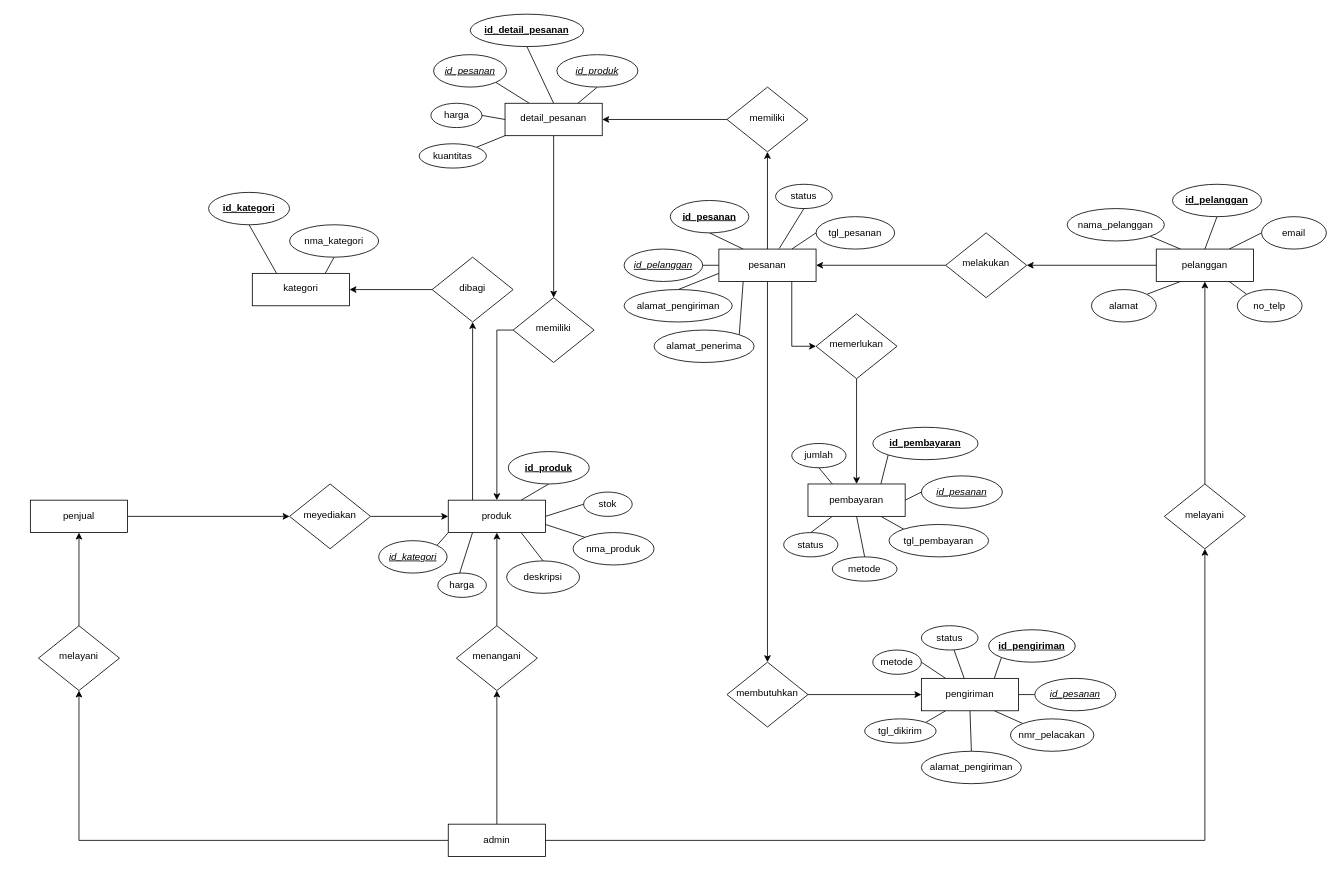
This is penjualan_erd.drawio from vinnnna/sistem-basis-data, a draw.io file, before an edit. Source tidied: cells renumbered, new cells numbered last; positions are measured from the earlier drawing's top-left corner, leaving out a move shared by most shapes. Both pictures are drawn from the tidied source at 81%, with x=0, y=0 at pixel (30, 14).
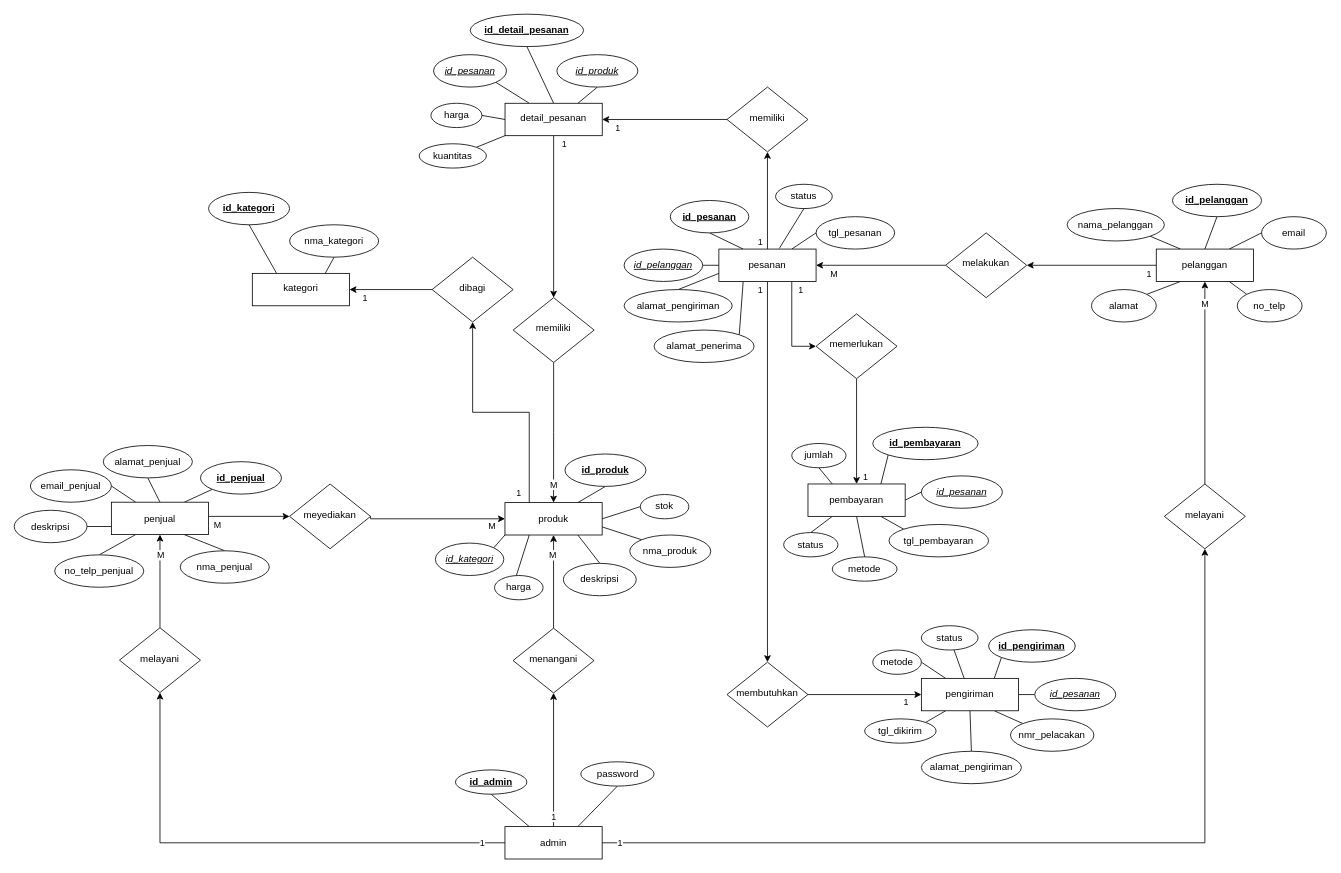
The same page after the edit.

The change refers to these unchanged cells:
```xml
<mxCell id="2" style="edgeStyle=orthogonalEdgeStyle;rounded=0;jettySize=auto;html=1;exitX=0.5;exitY=0;exitDx=0;exitDy=0;entryX=0.5;entryY=1;entryDx=0;entryDy=0;" parent="1" edge="1" source="5" target="48">
  <mxGeometry relative="1" as="geometry" />
</mxCell>
<mxCell id="3" style="edgeStyle=orthogonalEdgeStyle;rounded=0;jettySize=auto;html=1;entryX=0.5;entryY=1;entryDx=0;entryDy=0;exitX=0;exitY=0.5;exitDx=0;exitDy=0;" parent="1" edge="1" source="5" target="51">
  <mxGeometry relative="1" as="geometry" />
</mxCell>
<mxCell id="4" style="edgeStyle=orthogonalEdgeStyle;rounded=0;jettySize=auto;html=1;exitX=0.5;exitY=0;exitDx=0;exitDy=0;entryX=0.5;entryY=1;entryDx=0;entryDy=0;" parent="1" edge="1" source="53" target="41">
  <mxGeometry relative="1" as="geometry" />
</mxCell>
<mxCell id="6" style="edgeStyle=orthogonalEdgeStyle;rounded=0;jettySize=auto;html=1;exitX=0.25;exitY=0;exitDx=0;exitDy=0;entryX=0.5;entryY=1;entryDx=0;entryDy=0;" parent="1" edge="1" source="13" target="66">
  <mxGeometry relative="1" as="geometry" />
</mxCell>
<mxCell id="14" style="edgeStyle=orthogonalEdgeStyle;rounded=0;jettySize=auto;html=1;exitX=0;exitY=0.5;exitDx=0;exitDy=0;entryX=1;entryY=0.5;entryDx=0;entryDy=0;" parent="1" edge="1" source="15" target="25">
  <mxGeometry relative="1" as="geometry" />
</mxCell>
<mxCell id="16" style="edgeStyle=orthogonalEdgeStyle;rounded=0;jettySize=auto;html=1;exitX=0.75;exitY=1;exitDx=0;exitDy=0;entryX=0;entryY=0.5;entryDx=0;entryDy=0;" parent="1" edge="1" source="25" target="45">
  <mxGeometry relative="1" as="geometry" />
</mxCell>
<mxCell id="17" style="edgeStyle=orthogonalEdgeStyle;rounded=0;jettySize=auto;html=1;exitX=0.5;exitY=1;exitDx=0;exitDy=0;entryX=0.5;entryY=0;entryDx=0;entryDy=0;" parent="1" edge="1" source="61" target="43">
  <mxGeometry relative="1" as="geometry" />
</mxCell>
<mxCell id="18" style="edgeStyle=orthogonalEdgeStyle;rounded=0;jettySize=auto;html=1;exitX=0.5;exitY=0;exitDx=0;exitDy=0;entryX=0.5;entryY=1;entryDx=0;entryDy=0;" parent="1" edge="1" source="25" target="55">
  <mxGeometry relative="1" as="geometry" />
</mxCell>
<mxCell id="19" style="edgeStyle=orthogonalEdgeStyle;rounded=0;jettySize=auto;html=1;exitX=0.5;exitY=1;exitDx=0;exitDy=0;entryX=0.5;entryY=0;entryDx=0;entryDy=0;" parent="1" edge="1" source="25" target="68">
  <mxGeometry relative="1" as="geometry" />
</mxCell>
<mxCell id="33" style="edgeStyle=orthogonalEdgeStyle;rounded=0;jettySize=auto;html=1;entryX=0;entryY=0.5;entryDx=0;entryDy=0;" parent="1" edge="1" source="34" target="47">
  <mxGeometry relative="1" as="geometry">
    <Array as="points">
      <mxPoint x="320" y="620" />
    </Array>
  </mxGeometry>
</mxCell>
<mxCell id="35" style="edgeStyle=orthogonalEdgeStyle;rounded=0;jettySize=auto;html=1;exitX=0;exitY=0.5;exitDx=0;exitDy=0;entryX=1;entryY=0.5;entryDx=0;entryDy=0;" parent="1" edge="1" source="41" target="15">
  <mxGeometry relative="1" as="geometry" />
</mxCell>
<mxCell id="43" value="memiliki" style="rhombus;whiteSpace=wrap;html=1;shadow=0;fontFamily=Helvetica;fontSize=12;align=center;strokeWidth=1;spacing=6;spacingTop=-4;" parent="1" vertex="1">
  <mxGeometry x="596" y="350" width="100" height="80" as="geometry" />
</mxCell>
<mxCell id="44" style="edgeStyle=orthogonalEdgeStyle;rounded=0;jettySize=auto;html=1;" parent="1" edge="1" source="45" target="32">
  <mxGeometry relative="1" as="geometry" />
</mxCell>
<mxCell id="47" value="meyediakan" style="rhombus;whiteSpace=wrap;html=1;shadow=0;fontFamily=Helvetica;fontSize=12;align=center;strokeWidth=1;spacing=6;spacingTop=-4;" parent="1" vertex="1">
  <mxGeometry x="320" y="580" width="100" height="80" as="geometry" />
</mxCell>
<mxCell id="49" style="edgeStyle=orthogonalEdgeStyle;rounded=0;jettySize=auto;html=1;exitX=0.5;exitY=0;exitDx=0;exitDy=0;entryX=0.5;entryY=1;entryDx=0;entryDy=0;" parent="1" edge="1" source="48" target="13">
  <mxGeometry relative="1" as="geometry" />
</mxCell>
<mxCell id="50" style="edgeStyle=orthogonalEdgeStyle;rounded=0;jettySize=auto;html=1;exitX=0.5;exitY=0;exitDx=0;exitDy=0;entryX=0.5;entryY=1;entryDx=0;entryDy=0;" parent="1" edge="1" source="51" target="34">
  <mxGeometry relative="1" as="geometry" />
</mxCell>
<mxCell id="53" value="melayani" style="rhombus;whiteSpace=wrap;html=1;shadow=0;fontFamily=Helvetica;fontSize=12;align=center;strokeWidth=1;spacing=6;spacingTop=-4;" parent="1" vertex="1">
  <mxGeometry x="1400" y="580" width="100" height="80" as="geometry" />
</mxCell>
<mxCell id="54" style="edgeStyle=orthogonalEdgeStyle;rounded=0;jettySize=auto;html=1;entryX=1;entryY=0.5;entryDx=0;entryDy=0;exitX=0;exitY=0.5;exitDx=0;exitDy=0;" parent="1" edge="1" source="55" target="61">
  <mxGeometry relative="1" as="geometry" />
</mxCell>
<mxCell id="65" style="edgeStyle=orthogonalEdgeStyle;rounded=0;jettySize=auto;html=1;entryX=1;entryY=0.5;entryDx=0;entryDy=0;exitX=0;exitY=0.5;exitDx=0;exitDy=0;" parent="1" edge="1" source="66" target="64">
  <mxGeometry relative="1" as="geometry" />
</mxCell>
<mxCell id="67" style="edgeStyle=orthogonalEdgeStyle;rounded=0;jettySize=auto;html=1;exitX=1;exitY=0.5;exitDx=0;exitDy=0;entryX=0;entryY=0.5;entryDx=0;entryDy=0;" parent="1" edge="1" source="68" target="76">
  <mxGeometry relative="1" as="geometry" />
</mxCell>
```

What changed in the source:
```diff
@@
+    <mxCell id="115" value="1" style="edgeLabel;html=1;align=center;verticalAlign=middle;" parent="2" vertex="1">
+      <mxGeometry x="-0.84" relative="1" as="geometry" />
+    </mxCell>
@@
+    <mxCell id="116" value="1" style="edgeLabel;html=1;align=center;verticalAlign=middle;" parent="3" vertex="1">
+      <mxGeometry x="-0.91" relative="1" as="geometry" />
+    </mxCell>
@@
+    <mxCell id="117" value="M" style="edgeLabel;html=1;align=center;verticalAlign=middle;" parent="4" vertex="1">
+      <mxGeometry x="0.78" y="1" relative="1" as="geometry" />
+    </mxCell>
+    <mxCell id="118" style="rounded=0;jettySize=auto;html=1;exitX=0.75;exitY=0;exitDx=0;exitDy=0;entryX=0.5;entryY=1;entryDx=0;entryDy=0;endArrow=none;endFill=0;" parent="1" edge="1" source="5" target="144">
+      <mxGeometry relative="1" as="geometry" />
+    </mxCell>
+    <mxCell id="119" style="rounded=0;jettySize=auto;html=1;exitX=0.25;exitY=0;exitDx=0;exitDy=0;entryX=0.5;entryY=1;entryDx=0;entryDy=0;endArrow=none;endFill=0;" parent="1" edge="1" source="5" target="143">
+      <mxGeometry relative="1" as="geometry" />
+    </mxCell>
     <mxCell id="5" value="admin" style="rounded=1;whiteSpace=wrap;html=1;fontSize=12;glass=0;strokeWidth=1;shadow=0;arcSize=0;" parent="1" vertex="1">
-      <mxGeometry x="515.9" y="1000" width="120" height="40" as="geometry" />
+      <mxGeometry x="585.9" y="1003" width="120" height="40" as="geometry" />
     </mxCell>
@@
+    <mxCell id="120" value="1" style="edgeLabel;html=1;align=center;verticalAlign=middle;" parent="6" vertex="1">
+      <mxGeometry x="-0.92" y="-1" relative="1" as="geometry">
+        <mxPoint x="-14" y="-1" as="offset" />
+      </mxGeometry>
+    </mxCell>
@@
     <mxCell id="10" style="rounded=0;jettySize=auto;html=1;exitX=0.25;exitY=1;exitDx=0;exitDy=0;endArrow=none;endFill=0;" parent="1" edge="1" source="13">
       <mxGeometry relative="1" as="geometry">
-        <mxPoint x="530" y="690" as="targetPoint" />
+        <mxPoint x="600" y="693" as="targetPoint" />
       </mxGeometry>
     </mxCell>
@@
     <mxCell id="13" value="produk" style="rounded=1;whiteSpace=wrap;html=1;fontSize=12;glass=0;strokeWidth=1;shadow=0;arcSize=0;" parent="1" vertex="1">
-      <mxGeometry x="515.9" y="600" width="120" height="40" as="geometry" />
+      <mxGeometry x="585.9" y="603" width="120" height="40" as="geometry" />
     </mxCell>
@@
+    <mxCell id="121" value="M" style="edgeLabel;html=1;align=center;verticalAlign=middle;" parent="14" vertex="1">
+      <mxGeometry x="0.7" y="1" relative="1" as="geometry">
+        <mxPoint x="-3" y="9" as="offset" />
+      </mxGeometry>
+    </mxCell>
@@
+    <mxCell id="122" value="1" style="edgeLabel;html=1;align=center;verticalAlign=middle;" parent="16" vertex="1">
+      <mxGeometry x="-0.85" y="1" relative="1" as="geometry">
+        <mxPoint x="9" y="2" as="offset" />
+      </mxGeometry>
+    </mxCell>
@@
+    <mxCell id="123" value="1" style="edgeLabel;html=1;align=center;verticalAlign=middle;" parent="17" vertex="1">
+      <mxGeometry x="-0.9" relative="1" as="geometry">
+        <mxPoint x="12" as="offset" />
+      </mxGeometry>
+    </mxCell>
@@
+    <mxCell id="124" value="1" style="edgeLabel;html=1;align=center;verticalAlign=middle;" parent="18" vertex="1">
+      <mxGeometry x="-0.86" relative="1" as="geometry">
+        <mxPoint x="-10" y="-2" as="offset" />
+      </mxGeometry>
+    </mxCell>
@@
+    <mxCell id="125" value="1" style="edgeLabel;html=1;align=center;verticalAlign=middle;" parent="19" vertex="1">
+      <mxGeometry x="-0.94" relative="1" as="geometry">
+        <mxPoint x="-10" y="-4" as="offset" />
+      </mxGeometry>
+    </mxCell>
@@
+    <mxCell id="126" value="M" style="edgeLabel;html=1;align=center;verticalAlign=middle;" parent="33" vertex="1">
+      <mxGeometry x="-0.71" relative="1" as="geometry">
+        <mxPoint x="-5" y="10" as="offset" />
+      </mxGeometry>
+    </mxCell>
+    <mxCell id="127" style="rounded=0;jettySize=auto;html=1;exitX=0;exitY=0.75;exitDx=0;exitDy=0;entryX=1;entryY=0.5;entryDx=0;entryDy=0;endArrow=none;endFill=0;" parent="1" edge="1" source="34" target="150">
+      <mxGeometry relative="1" as="geometry" />
+    </mxCell>
+    <mxCell id="128" style="rounded=0;jettySize=auto;html=1;exitX=0.25;exitY=1;exitDx=0;exitDy=0;entryX=0.5;entryY=0;entryDx=0;entryDy=0;endArrow=none;endFill=0;" parent="1" edge="1" source="34" target="148">
+      <mxGeometry relative="1" as="geometry" />
+    </mxCell>
+    <mxCell id="129" style="rounded=0;jettySize=auto;html=1;exitX=0.75;exitY=1;exitDx=0;exitDy=0;entryX=0.5;entryY=0;entryDx=0;entryDy=0;endArrow=none;endFill=0;" parent="1" edge="1" source="34" target="145">
+      <mxGeometry relative="1" as="geometry" />
+    </mxCell>
+    <mxCell id="130" style="rounded=0;jettySize=auto;html=1;exitX=0.75;exitY=0;exitDx=0;exitDy=0;entryX=0;entryY=1;entryDx=0;entryDy=0;endArrow=none;endFill=0;" parent="1" edge="1" source="34" target="146">
+      <mxGeometry relative="1" as="geometry" />
+    </mxCell>
+    <mxCell id="131" style="rounded=0;jettySize=auto;html=1;exitX=0.5;exitY=0;exitDx=0;exitDy=0;entryX=0.5;entryY=1;entryDx=0;entryDy=0;endArrow=none;endFill=0;" parent="1" edge="1" source="34" target="147">
+      <mxGeometry relative="1" as="geometry" />
+    </mxCell>
+    <mxCell id="132" style="rounded=0;jettySize=auto;html=1;exitX=0.25;exitY=0;exitDx=0;exitDy=0;entryX=1;entryY=0.5;entryDx=0;entryDy=0;endArrow=none;endFill=0;" parent="1" edge="1" source="34" target="149">
+      <mxGeometry relative="1" as="geometry" />
+    </mxCell>
     <mxCell id="34" value="penjual" style="rounded=1;whiteSpace=wrap;html=1;fontSize=12;glass=0;strokeWidth=1;shadow=0;arcSize=0;" parent="1" vertex="1">
-      <mxGeometry y="600" width="120" height="40" as="geometry" />
+      <mxGeometry x="100" y="602.5" width="120" height="40" as="geometry" />
     </mxCell>
@@
+    <mxCell id="133" value="1" style="edgeLabel;html=1;align=center;verticalAlign=middle;" parent="35" vertex="1">
+      <mxGeometry x="-0.71" relative="1" as="geometry">
+        <mxPoint x="13" y="10" as="offset" />
+      </mxGeometry>
+    </mxCell>
@@
-    <mxCell id="42" style="edgeStyle=orthogonalEdgeStyle;rounded=0;jettySize=auto;html=1;entryX=0.5;entryY=0;entryDx=0;entryDy=0;exitX=0;exitY=0.5;exitDx=0;exitDy=0;" parent="1" edge="1" source="43" target="13">
+    <mxCell id="42" style="edgeStyle=orthogonalEdgeStyle;rounded=0;jettySize=auto;html=1;entryX=0.5;entryY=0;entryDx=0;entryDy=0;exitX=0.5;exitY=1;exitDx=0;exitDy=0;" parent="1" edge="1" source="43" target="13">
       <mxGeometry relative="1" as="geometry" />
     </mxCell>
+    <mxCell id="134" value="M" style="edgeLabel;html=1;align=center;verticalAlign=middle;" parent="42" vertex="1">
+      <mxGeometry x="0.74" relative="1" as="geometry" />
+    </mxCell>
@@
+    <mxCell id="135" value="1" style="edgeLabel;html=1;align=center;verticalAlign=middle;" parent="44" vertex="1">
+      <mxGeometry x="-0.39" y="3" relative="1" as="geometry">
+        <mxPoint x="7" y="80" as="offset" />
+      </mxGeometry>
+    </mxCell>
@@
     <mxCell id="46" style="edgeStyle=orthogonalEdgeStyle;rounded=0;jettySize=auto;html=1;entryX=0;entryY=0.5;entryDx=0;entryDy=0;exitX=1;exitY=0.5;exitDx=0;exitDy=0;" parent="1" edge="1" source="47" target="13">
       <mxGeometry relative="1" as="geometry">
         <Array as="points">
-          <mxPoint x="470" y="620" />
-          <mxPoint x="470" y="620" />
+          <mxPoint x="420" y="623" />
         </Array>
       </mxGeometry>
     </mxCell>
+    <mxCell id="136" value="M" style="edgeLabel;html=1;align=center;verticalAlign=middle;" parent="46" vertex="1">
+      <mxGeometry x="0.75" y="1" relative="1" as="geometry">
+        <mxPoint x="4" y="9" as="offset" />
+      </mxGeometry>
+    </mxCell>
@@
     <mxCell id="48" value="menangani" style="rhombus;whiteSpace=wrap;html=1;shadow=0;fontFamily=Helvetica;fontSize=12;align=center;strokeWidth=1;spacing=6;spacingTop=-4;" parent="1" vertex="1">
-      <mxGeometry x="525.9" y="755" width="100" height="80" as="geometry" />
+      <mxGeometry x="595.9" y="758" width="100" height="80" as="geometry" />
     </mxCell>
@@
+    <mxCell id="137" value="M" style="edgeLabel;html=1;align=center;verticalAlign=middle;" parent="49" vertex="1">
+      <mxGeometry x="0.59" y="1" relative="1" as="geometry" />
+    </mxCell>
@@
+    <mxCell id="138" value="M" style="edgeLabel;html=1;align=center;verticalAlign=middle;" parent="50" vertex="1">
+      <mxGeometry x="0.63" y="2" relative="1" as="geometry">
+        <mxPoint x="2" y="4" as="offset" />
+      </mxGeometry>
+    </mxCell>
     <mxCell id="51" value="melayani" style="rhombus;whiteSpace=wrap;html=1;shadow=0;fontFamily=Helvetica;fontSize=12;align=center;strokeWidth=1;spacing=6;spacingTop=-4;" parent="1" vertex="1">
-      <mxGeometry x="10" y="755" width="100" height="80" as="geometry" />
+      <mxGeometry x="110" y="757.5" width="100" height="80" as="geometry" />
     </mxCell>
     <mxCell id="52" style="edgeStyle=orthogonalEdgeStyle;rounded=0;jettySize=auto;html=1;exitX=1;exitY=0.5;exitDx=0;exitDy=0;entryX=0.5;entryY=1;entryDx=0;entryDy=0;" parent="1" edge="1" source="5" target="53">
       <mxGeometry relative="1" as="geometry">
         <Array as="points">
-          <mxPoint x="636" y="1020" />
-          <mxPoint x="1450" y="1020" />
+          <mxPoint x="1450" y="1023" />
         </Array>
       </mxGeometry>
     </mxCell>
+    <mxCell id="139" value="1" style="edgeLabel;html=1;align=center;verticalAlign=middle;" parent="52" vertex="1">
+      <mxGeometry x="-0.96" relative="1" as="geometry" />
+    </mxCell>
@@
+    <mxCell id="140" value="1" style="edgeLabel;html=1;align=center;verticalAlign=middle;" parent="54" vertex="1">
+      <mxGeometry x="0.75" y="1" relative="1" as="geometry">
+        <mxPoint x="-1" y="9" as="offset" />
+      </mxGeometry>
+    </mxCell>
@@
+    <mxCell id="141" value="1" style="edgeLabel;html=1;align=center;verticalAlign=middle;" parent="65" vertex="1">
+      <mxGeometry x="0.64" relative="1" as="geometry">
+        <mxPoint y="10" as="offset" />
+      </mxGeometry>
+    </mxCell>
@@
+    <mxCell id="142" value="1" style="edgeLabel;html=1;align=center;verticalAlign=middle;" parent="67" vertex="1">
+      <mxGeometry x="0.72" y="1" relative="1" as="geometry">
+        <mxPoint y="9" as="offset" />
+      </mxGeometry>
+    </mxCell>
@@
     <mxCell id="92" value="id_produk" style="ellipse;whiteSpace=wrap;html=1;fontStyle=5;" parent="1" vertex="1">
-      <mxGeometry x="590" y="540" width="100" height="40" as="geometry" />
+      <mxGeometry x="660" y="543" width="100" height="40" as="geometry" />
     </mxCell>
     <mxCell id="93" value="nma_produk" style="ellipse;whiteSpace=wrap;html=1;fontStyle=0;" parent="1" vertex="1">
-      <mxGeometry x="670" y="640" width="100" height="40" as="geometry" />
+      <mxGeometry x="740" y="643" width="100" height="40" as="geometry" />
     </mxCell>
     <mxCell id="94" value="deskripsi" style="ellipse;whiteSpace=wrap;html=1;fontStyle=0;" parent="1" vertex="1">
-      <mxGeometry x="588" y="675" width="90" height="40" as="geometry" />
+      <mxGeometry x="658" y="678" width="90" height="40" as="geometry" />
     </mxCell>
     <mxCell id="95" value="harga" style="ellipse;whiteSpace=wrap;html=1;fontStyle=0;" parent="1" vertex="1">
-      <mxGeometry x="503" y="690" width="60" height="30" as="geometry" />
+      <mxGeometry x="573" y="693" width="60" height="30" as="geometry" />
     </mxCell>
     <mxCell id="96" value="stok" style="ellipse;whiteSpace=wrap;html=1;fontStyle=0;" parent="1" vertex="1">
-      <mxGeometry x="683" y="590" width="60" height="30" as="geometry" />
+      <mxGeometry x="753" y="593" width="60" height="30" as="geometry" />
     </mxCell>
@@
     <mxCell id="99" value="id_kategori" style="ellipse;whiteSpace=wrap;html=1;fontStyle=6;" parent="1" vertex="1">
-      <mxGeometry x="430" y="650" width="84.5" height="40" as="geometry" />
+      <mxGeometry x="500" y="653" width="84.5" height="40" as="geometry" />
     </mxCell>
@@
+    <mxCell id="143" value="id_admin" style="ellipse;whiteSpace=wrap;html=1;fontStyle=5;" parent="1" vertex="1">
+      <mxGeometry x="524.8" y="933" width="88.2" height="30" as="geometry" />
+    </mxCell>
+    <mxCell id="144" value="password" style="ellipse;whiteSpace=wrap;html=1;" parent="1" vertex="1">
+      <mxGeometry x="679.5" y="923" width="90.5" height="30" as="geometry" />
+    </mxCell>
+    <mxCell id="145" value="nma_penjual" style="ellipse;whiteSpace=wrap;html=1;fontStyle=0;" parent="1" vertex="1">
+      <mxGeometry x="185" y="662.5" width="110" height="40" as="geometry" />
+    </mxCell>
+    <mxCell id="146" value="id_penjual" style="ellipse;whiteSpace=wrap;html=1;fontStyle=5;" parent="1" vertex="1">
+      <mxGeometry x="210" y="552.5" width="100" height="40" as="geometry" />
+    </mxCell>
+    <mxCell id="147" value="alamat_penjual" style="ellipse;whiteSpace=wrap;html=1;fontStyle=0;" parent="1" vertex="1">
+      <mxGeometry x="90" y="532.5" width="110" height="40" as="geometry" />
+    </mxCell>
+    <mxCell id="148" value="no_telp_penjual" style="ellipse;whiteSpace=wrap;html=1;fontStyle=0;" parent="1" vertex="1">
+      <mxGeometry x="30" y="667.5" width="110" height="40" as="geometry" />
+    </mxCell>
+    <mxCell id="149" value="email_penjual" style="ellipse;whiteSpace=wrap;html=1;fontStyle=0;" parent="1" vertex="1">
+      <mxGeometry y="562.5" width="100" height="40" as="geometry" />
+    </mxCell>
+    <mxCell id="150" value="deskripsi" style="ellipse;whiteSpace=wrap;html=1;fontStyle=0;" parent="1" vertex="1">
+      <mxGeometry x="-20" y="612.5" width="90" height="40" as="geometry" />
+    </mxCell>
```
